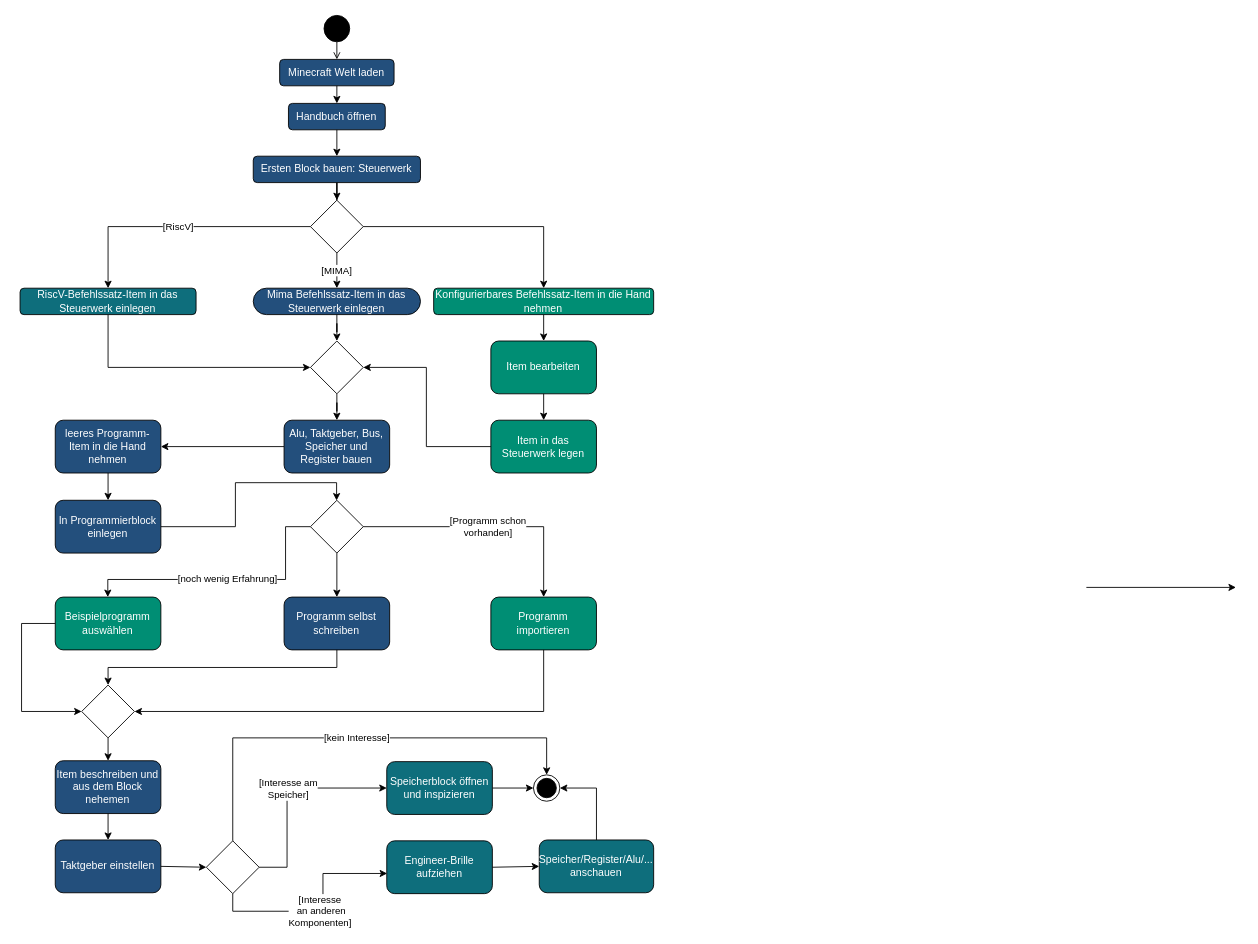
LundiNord/RISCJ-Diagramms keeps this draw.io diagram as Aktivität.drawio. Above is the earlier version. Source tidied: cells renumbered, new cells numbered last; positions are measured from the earlier drawing's top-left corner, leaving out a move shared by most shapes. Both pictures are drawn from the tidied source at 88%, with x=0, y=0 at pixel (19, 15).
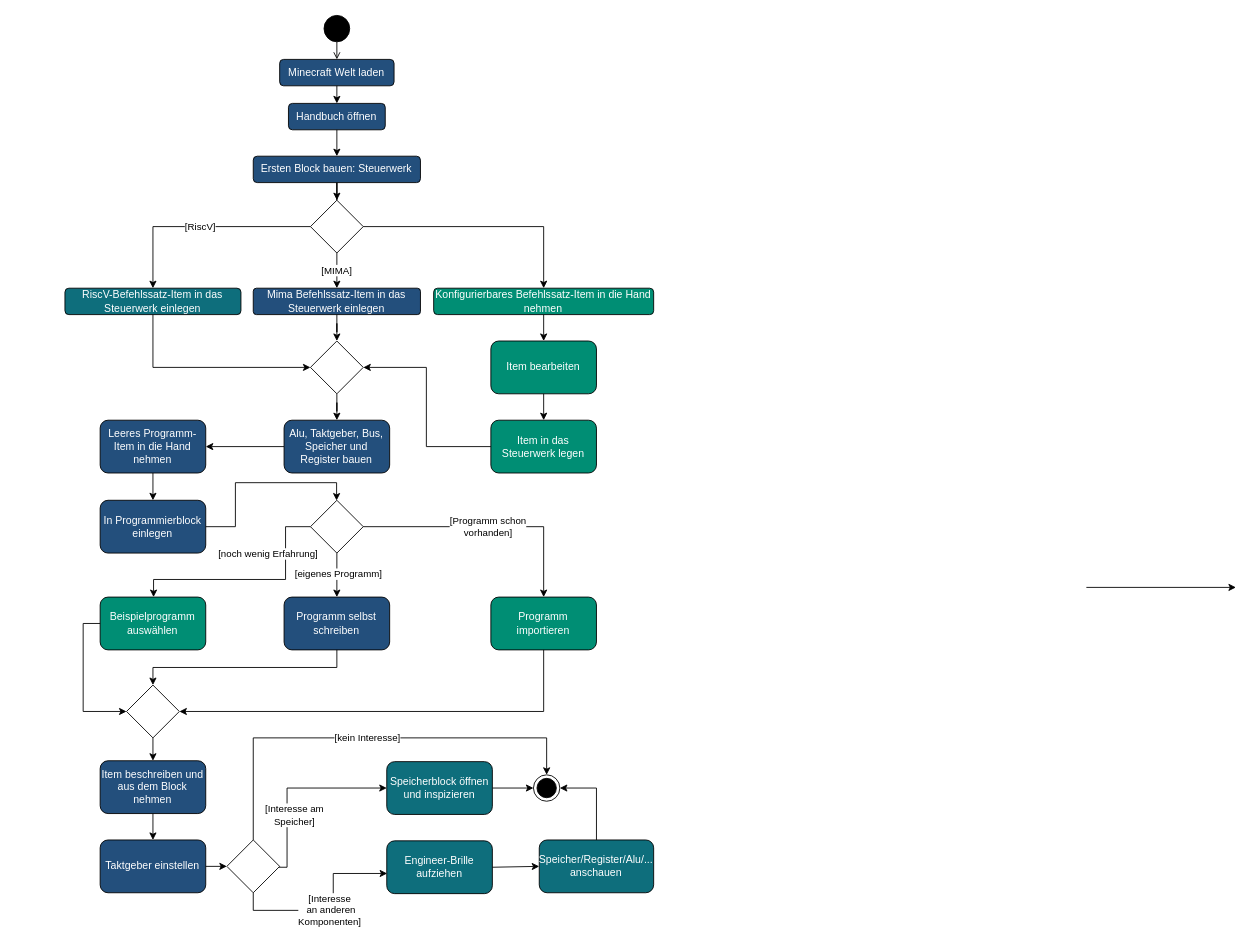
After the change.

The change refers to these unchanged cells:
```xml
<mxCell id="21" style="rhombus;whiteSpace=wrap;html=1;double=0;portConstraintRotation=1;fontColor=#FFFFFF;" parent="1" vertex="1">
  <mxGeometry x="330.3" y="370" width="60" height="60" as="geometry" />
</mxCell>
<mxCell id="33" style="rhombus;whiteSpace=wrap;html=1;portConstraintRotation=1;" parent="1" vertex="1">
  <mxGeometry x="330.3" y="551" width="60" height="60" as="geometry" />
</mxCell>
<mxCell id="34" value="Programm selbst schreiben" style="rounded=1;whiteSpace=wrap;html=1;fillColor=#234F7C;fontColor=#FFFFFF;" parent="1" vertex="1">
  <mxGeometry x="300.3" y="661" width="120" height="60" as="geometry" />
</mxCell>
<mxCell id="37" style="edgeStyle=orthogonalEdgeStyle;jettySize=auto;html=1;rounded=0;orthogonal=1;" parent="1" edge="1" source="33" target="34">
  <mxGeometry relative="1" as="geometry" />
</mxCell>
<mxCell id="53" style="edgeStyle=orthogonalEdgeStyle;jettySize=auto;html=1;rounded=0;orthogonal=1;" parent="1" edge="1" source="49" target="52">
  <mxGeometry relative="1" as="geometry">
    <Array as="points">
      <mxPoint x="303.7" y="968" />
      <mxPoint x="303.7" y="878" />
    </Array>
  </mxGeometry>
</mxCell>
<mxCell id="59" style="ellipse;html=1;shape=endState;fillColor=strokeColor;fontColor=#FFFFFF;" parent="1" vertex="1">
  <mxGeometry x="583.7" y="863" width="30" height="30" as="geometry" />
</mxCell>
```

Diff of the diagram source:
```diff
@@
-    <mxCell id="11" value="Mima Befehlssatz-Item in das Steuerwerk einlegen" style="rounded=1;whiteSpace=wrap;html=1;fillColor=#234F7C;fontColor=#FFFFFF;arcSize=50;" parent="1" vertex="1">
+    <mxCell id="11" value="Mima Befehlssatz-Item in das Steuerwerk einlegen" style="rounded=1;whiteSpace=wrap;html=1;fillColor=#234F7C;fontColor=#FFFFFF;arcSize=12;shadow=0;" parent="1" vertex="1">
       <mxGeometry x="265.3" y="310" width="190" height="30" as="geometry" />
     </mxCell>
     <mxCell id="12" style="edgeStyle=orthogonalEdgeStyle;rounded=0;jettySize=auto;html=1;" parent="1" edge="1" source="13" target="21">
       <mxGeometry relative="1" as="geometry">
         <Array as="points">
-          <mxPoint x="100" y="400" />
+          <mxPoint x="151" y="400" />
         </Array>
       </mxGeometry>
     </mxCell>
     <mxCell id="13" value="RiscV-Befehlssatz-Item in das Steuerwerk einlegen" style="rounded=1;whiteSpace=wrap;html=1;fillColor=#0E6E7C;fontColor=#FFFFFF;" parent="1" vertex="1">
-      <mxGeometry x="0.3" y="310" width="200" height="30" as="geometry" />
+      <mxGeometry x="51.3" y="310" width="200" height="30" as="geometry" />
     </mxCell>
@@
-    <mxCell id="23" value="leeres Programm-Item in die Hand nehmen" style="rounded=1;whiteSpace=wrap;html=1;fontColor=#FFFFFF;fillColor=#234F7C;" parent="1" vertex="1">
-      <mxGeometry x="40.3" y="460" width="120" height="60" as="geometry" />
+    <mxCell id="23" value="Leeres Programm-Item in die Hand nehmen" style="rounded=1;whiteSpace=wrap;html=1;fontColor=#FFFFFF;fillColor=#234F7C;" parent="1" vertex="1">
+      <mxGeometry x="91.3" y="460" width="120" height="60" as="geometry" />
     </mxCell>
@@
     <mxCell id="29" value="In Programmierblock einlegen" style="rounded=1;whiteSpace=wrap;html=1;fillColor=#234F7C;fontColor=#FFFFFF;" parent="1" vertex="1">
-      <mxGeometry x="40.3" y="551" width="120" height="60" as="geometry" />
+      <mxGeometry x="91.3" y="551" width="120" height="60" as="geometry" />
     </mxCell>
@@
     <mxCell id="31" value="Beispielprogramm auswählen" style="rounded=1;whiteSpace=wrap;html=1;fontColor=#FFFFFF;fillColor=#008E74;" parent="1" vertex="1">
-      <mxGeometry x="40.3" y="661" width="120" height="60" as="geometry" />
+      <mxGeometry x="91.3" y="661" width="120" height="60" as="geometry" />
     </mxCell>
@@
     <mxCell id="35" style="edgeStyle=orthogonalEdgeStyle;jettySize=auto;html=1;rounded=0;orthogonal=1;" parent="1" edge="1" source="33" target="31">
       <mxGeometry relative="1" as="geometry">
         <Array as="points">
           <mxPoint x="302" y="581" />
           <mxPoint x="302" y="641" />
-          <mxPoint x="100" y="641" />
+          <mxPoint x="152" y="641" />
         </Array>
       </mxGeometry>
     </mxCell>
     <mxCell id="36" value="[noch wenig Erfahrung]" style="edgeLabel;html=1;align=center;verticalAlign=middle;" parent="35" vertex="1">
-      <mxGeometry y="-2" relative="1" as="geometry" />
+      <mxGeometry y="-2" relative="1" as="geometry">
+        <mxPoint x="20" y="-28" as="offset" />
+      </mxGeometry>
     </mxCell>
@@
+    <mxCell id="62" value="[eigenes Programm]" style="edgeLabel;html=1;align=center;verticalAlign=middle;" parent="37" vertex="1">
+      <mxGeometry x="-0.07" y="1" relative="1" as="geometry" />
+    </mxCell>
@@
     <mxCell id="41" style="rhombus;whiteSpace=wrap;html=1;portConstraintRotation=1;" parent="1" vertex="1">
-      <mxGeometry x="70.3" y="761" width="60" height="60" as="geometry" />
+      <mxGeometry x="121.3" y="761" width="60" height="60" as="geometry" />
     </mxCell>
     <mxCell id="42" style="edgeStyle=orthogonalEdgeStyle;jettySize=auto;html=1;rounded=0;orthogonal=1;" parent="1" edge="1" source="31" target="41">
       <mxGeometry relative="1" as="geometry">
         <Array as="points">
-          <mxPoint x="2" y="691" />
-          <mxPoint x="2" y="791" />
+          <mxPoint x="72" y="691" />
+          <mxPoint x="72" y="791" />
         </Array>
       </mxGeometry>
     </mxCell>
     <mxCell id="43" style="edgeStyle=orthogonalEdgeStyle;jettySize=auto;html=1;rounded=0;exitX=0.5;exitY=1;exitDx=0;exitDy=0;entryX=0.5;entryY=0;entryDx=0;entryDy=0;orthogonal=1;" parent="1" edge="1" source="34" target="41">
       <mxGeometry relative="1" as="geometry">
         <Array as="points">
           <mxPoint x="360" y="741" />
-          <mxPoint x="100" y="741" />
+          <mxPoint x="152" y="741" />
+          <mxPoint x="152" y="761" />
         </Array>
       </mxGeometry>
     </mxCell>
@@
-    <mxCell id="45" value="Item beschreiben und aus dem Block nehemen" style="rounded=1;whiteSpace=wrap;html=1;fillColor=#234F7C;fontColor=#FFFFFF;" parent="1" vertex="1">
-      <mxGeometry x="40.3" y="847" width="120" height="60" as="geometry" />
+    <mxCell id="45" value="Item beschreiben und aus dem Block nehmen" style="rounded=1;whiteSpace=wrap;html=1;fillColor=#234F7C;fontColor=#FFFFFF;" parent="1" vertex="1">
+      <mxGeometry x="91.3" y="847" width="120" height="60" as="geometry" />
     </mxCell>
@@
     <mxCell id="47" value="Taktgeber einstellen" style="rounded=1;whiteSpace=wrap;html=1;fillColor=#234F7C;fontColor=#FFFFFF;" parent="1" vertex="1">
-      <mxGeometry x="40.3" y="937" width="120" height="60" as="geometry" />
+      <mxGeometry x="91.3" y="937" width="120" height="60" as="geometry" />
     </mxCell>
@@
     <mxCell id="49" style="rhombus;whiteSpace=wrap;html=1;portConstraintRotation=1;" parent="1" vertex="1">
-      <mxGeometry x="212" y="938" width="60" height="60" as="geometry" />
+      <mxGeometry x="235.3" y="937" width="60" height="60" as="geometry" />
     </mxCell>
@@
     <mxCell id="54" value="[Interesse am &lt;br&gt;Speicher]" style="edgeLabel;html=1;align=center;verticalAlign=middle;" parent="53" vertex="1">
       <mxGeometry x="-0.08" y="-1" relative="1" as="geometry">
-        <mxPoint y="-13" as="offset" />
+        <mxPoint x="7" y="29" as="offset" />
       </mxGeometry>
     </mxCell>
@@
     <mxCell id="60" value="[kein Interesse]" style="edgeStyle=orthogonalEdgeStyle;jettySize=auto;html=1;rounded=0;entryX=0.5;entryY=0;entryDx=0;entryDy=0;" parent="1" edge="1" source="49" target="59">
       <mxGeometry relative="1" as="geometry">
         <Array as="points">
-          <mxPoint x="241.7" y="821" />
-          <mxPoint x="598.7" y="821" />
+          <mxPoint x="265" y="821" />
+          <mxPoint x="599" y="821" />
         </Array>
       </mxGeometry>
     </mxCell>
```
